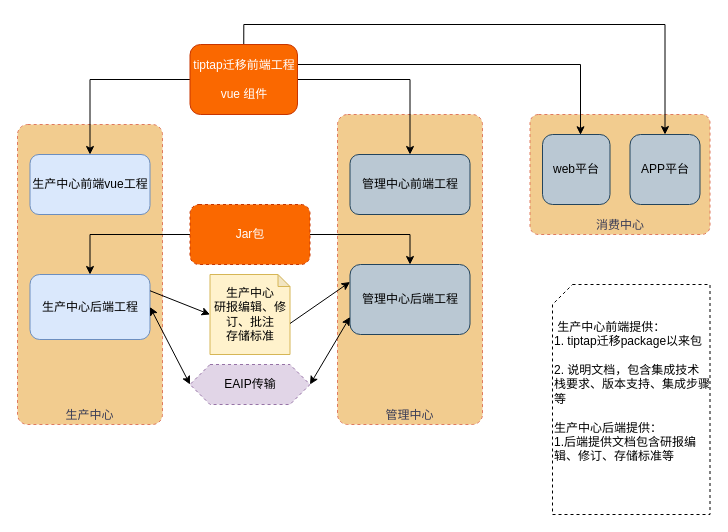
Before: tiptapRendering-ALL.drawio in lance631/notes, a draw.io diagram. Source tidied: cells renumbered, new cells numbered last; positions are measured from the earlier drawing's top-left corner, leaving out a move shared by most shapes. Both pictures are drawn from the tidied source at 100%, with x=0, y=0 at pixel (17, 44).
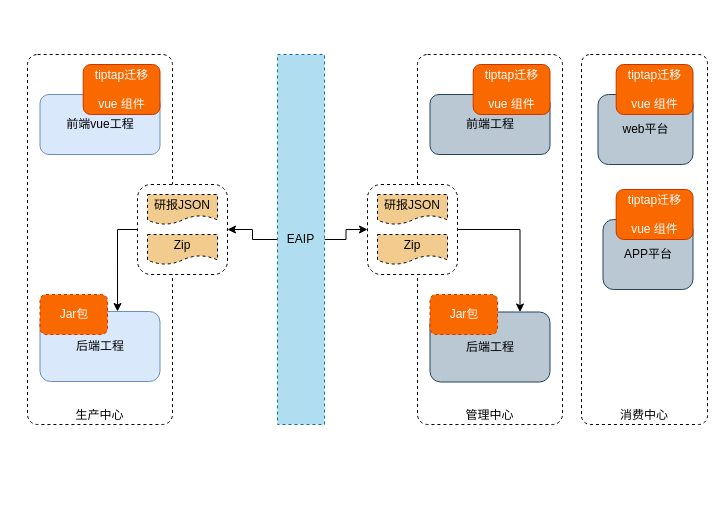
After the change.

The edit, as a diff of the source:
```diff
@@
+    <mxCell id="3" value="管理中心" style="rounded=1;whiteSpace=wrap;html=1;fontSize=12;glass=0;strokeWidth=1;shadow=0;labelBackgroundColor=none;fillColor=none;verticalAlign=bottom;arcSize=7;dashed=1;" parent="1" vertex="1">
+      <mxGeometry x="400" y="10" width="145" height="370" as="geometry" />
+    </mxCell>
+    <mxCell id="26" style="edgeStyle=orthogonalEdgeStyle;rounded=0;jettySize=auto;html=1;exitX=1;exitY=0.5;exitDx=0;exitDy=0;entryX=0.75;entryY=0;entryDx=0;entryDy=0;fontColor=#000000;" parent="1" edge="1" source="27" target="13">
+      <mxGeometry relative="1" as="geometry" />
+    </mxCell>
+    <mxCell id="27" style="rounded=1;whiteSpace=wrap;html=1;dashed=1;sketch=0;" parent="1" vertex="1">
+      <mxGeometry x="350" y="140" width="90" height="90" as="geometry" />
+    </mxCell>
+    <mxCell id="4" value="生产中心" style="rounded=1;whiteSpace=wrap;html=1;fontSize=12;glass=0;strokeWidth=1;shadow=0;labelBackgroundColor=none;fillColor=none;verticalAlign=bottom;arcSize=7;dashed=1;" parent="1" vertex="1">
+      <mxGeometry x="10" y="10" width="145" height="370" as="geometry" />
+    </mxCell>
+    <mxCell id="28" style="edgeStyle=orthogonalEdgeStyle;rounded=0;jettySize=auto;html=1;exitX=0;exitY=0.5;exitDx=0;exitDy=0;entryX=0.646;entryY=0;entryDx=0;entryDy=0;entryPerimeter=0;fontColor=#000000;" parent="1" edge="1" source="29" target="5">
+      <mxGeometry relative="1" as="geometry" />
+    </mxCell>
+    <mxCell id="29" style="rounded=1;whiteSpace=wrap;html=1;dashed=1;sketch=0;" parent="1" vertex="1">
+      <mxGeometry x="120" y="140" width="90" height="90" as="geometry" />
+    </mxCell>
-    <mxCell id="2" value="消费中心" style="rounded=1;whiteSpace=wrap;html=1;fontSize=12;glass=0;strokeWidth=1;shadow=0;labelBackgroundColor=none;fillColor=#F2CC8F;strokeColor=#E07A5F;fontColor=#393C56;verticalAlign=bottom;gradientColor=none;arcSize=7;dashed=1;" parent="1" vertex="1">
-      <mxGeometry x="512.5" y="70" width="180" height="120" as="geometry" />
+    <mxCell id="2" value="消费中心" style="rounded=1;whiteSpace=wrap;html=1;fontSize=12;glass=0;strokeWidth=1;shadow=0;labelBackgroundColor=none;fillColor=none;verticalAlign=bottom;arcSize=7;dashed=1;" parent="1" vertex="1">
+      <mxGeometry x="564" y="10" width="126" height="370" as="geometry" />
     </mxCell>
-    <mxCell id="3" value="管理中心" style="rounded=1;whiteSpace=wrap;html=1;fontSize=12;glass=0;strokeWidth=1;shadow=0;labelBackgroundColor=none;fillColor=#F2CC8F;strokeColor=#E07A5F;fontColor=#393C56;verticalAlign=bottom;gradientColor=none;arcSize=7;dashed=1;" parent="1" vertex="1">
-      <mxGeometry x="320" y="70" width="145" height="310" as="geometry" />
-    </mxCell>
-    <mxCell id="4" value="生产中心" style="rounded=1;whiteSpace=wrap;html=1;fontSize=12;glass=0;strokeWidth=1;shadow=0;labelBackgroundColor=none;fillColor=#F2CC8F;strokeColor=#E07A5F;fontColor=#393C56;verticalAlign=bottom;gradientColor=none;arcSize=7;dashed=1;" parent="1" vertex="1">
-      <mxGeometry y="80" width="145" height="300" as="geometry" />
-    </mxCell>
-    <mxCell id="5" value="生产中心后端工程" style="rounded=1;whiteSpace=wrap;html=1;fillColor=#dae8fc;strokeColor=#6c8ebf;verticalAlign=middle;" parent="1" vertex="1">
-      <mxGeometry x="12.5" y="230" width="120" height="65" as="geometry" />
+    <mxCell id="5" value="后端工程" style="rounded=1;whiteSpace=wrap;html=1;fillColor=#dae8fc;strokeColor=#6c8ebf;verticalAlign=middle;" parent="1" vertex="1">
+      <mxGeometry x="22.5" y="267" width="120" height="70" as="geometry" />
     </mxCell>
-    <mxCell id="6" value="生产中心前端vue工程" style="rounded=1;whiteSpace=wrap;html=1;fillColor=#dae8fc;strokeColor=#6c8ebf;" parent="1" vertex="1">
-      <mxGeometry x="12.5" y="110" width="120" height="60" as="geometry" />
+    <mxCell id="6" value="前端vue工程" style="rounded=1;whiteSpace=wrap;html=1;fillColor=#dae8fc;strokeColor=#6c8ebf;" parent="1" vertex="1">
+      <mxGeometry x="22.5" y="50" width="120" height="60" as="geometry" />
     </mxCell>
-    <mxCell id="7" style="edgeStyle=orthogonalEdgeStyle;rounded=0;jettySize=auto;html=1;exitX=0;exitY=0.5;exitDx=0;exitDy=0;entryX=0.5;entryY=0;entryDx=0;entryDy=0;" parent="1" edge="1" source="11" target="6">
-      <mxGeometry relative="1" as="geometry" />
-    </mxCell>
-    <mxCell id="8" style="edgeStyle=orthogonalEdgeStyle;rounded=0;jettySize=auto;html=1;exitX=1;exitY=0.5;exitDx=0;exitDy=0;" parent="1" edge="1" source="11" target="12">
-      <mxGeometry relative="1" as="geometry" />
-    </mxCell>
-    <mxCell id="9" style="edgeStyle=orthogonalEdgeStyle;rounded=0;jettySize=auto;html=1;exitX=0.75;exitY=0;exitDx=0;exitDy=0;entryX=0.563;entryY=0.004;entryDx=0;entryDy=0;entryPerimeter=0;" parent="1" edge="1" source="11" target="14">
-      <mxGeometry relative="1" as="geometry">
-        <Array as="points">
-          <mxPoint x="262.5" y="20" />
-          <mxPoint x="563.5" y="20" />
-        </Array>
-      </mxGeometry>
-    </mxCell>
-    <mxCell id="10" style="edgeStyle=orthogonalEdgeStyle;rounded=0;jettySize=auto;html=1;exitX=0.5;exitY=0;exitDx=0;exitDy=0;entryX=0.5;entryY=0;entryDx=0;entryDy=0;" parent="1" edge="1" source="11" target="15">
-      <mxGeometry relative="1" as="geometry" />
-    </mxCell>
-    <mxCell id="11" value="tiptap迁移前端工程&lt;br&gt;&lt;br&gt;vue 组件" style="rounded=1;whiteSpace=wrap;html=1;fillColor=#fa6800;strokeColor=#C73500;verticalAlign=middle;fontColor=#ffffff;" parent="1" vertex="1">
-      <mxGeometry x="172.5" width="107.5" height="70" as="geometry" />
+    <mxCell id="11" value="tiptap迁移&lt;br&gt;&lt;br&gt;vue 组件" style="rounded=1;whiteSpace=wrap;html=1;fillColor=#fa6800;strokeColor=#C73500;verticalAlign=middle;fontColor=#ffffff;" parent="1" vertex="1">
+      <mxGeometry x="65.7" y="20" width="76.8" height="50" as="geometry" />
     </mxCell>
-    <mxCell id="12" value="管理中心前端工程" style="rounded=1;whiteSpace=wrap;html=1;fillColor=#bac8d3;strokeColor=#23445d;" parent="1" vertex="1">
-      <mxGeometry x="332.5" y="110" width="120" height="60" as="geometry" />
+    <mxCell id="12" value="前端工程" style="rounded=1;whiteSpace=wrap;html=1;fillColor=#bac8d3;strokeColor=#23445d;" parent="1" vertex="1">
+      <mxGeometry x="412.5" y="50" width="120" height="60" as="geometry" />
     </mxCell>
-    <mxCell id="13" value="管理中心后端工程" style="rounded=1;whiteSpace=wrap;html=1;fillColor=#bac8d3;strokeColor=#23445d;" parent="1" vertex="1">
-      <mxGeometry x="332.5" y="220" width="120" height="70" as="geometry" />
+    <mxCell id="13" value="后端工程" style="rounded=1;whiteSpace=wrap;html=1;fillColor=#bac8d3;strokeColor=#23445d;" parent="1" vertex="1">
+      <mxGeometry x="412.5" y="267.5" width="120" height="70" as="geometry" />
     </mxCell>
     <mxCell id="14" value="web平台" style="rounded=1;whiteSpace=wrap;html=1;fillColor=#bac8d3;strokeColor=#23445d;" parent="1" vertex="1">
-      <mxGeometry x="525" y="90" width="67.5" height="70" as="geometry" />
+      <mxGeometry x="580.5" y="50" width="95" height="70" as="geometry" />
     </mxCell>
     <mxCell id="15" value="APP平台" style="rounded=1;whiteSpace=wrap;html=1;fillColor=#bac8d3;strokeColor=#23445d;" parent="1" vertex="1">
-      <mxGeometry x="612.5" y="90" width="70" height="70" as="geometry" />
+      <mxGeometry x="585.5" y="175" width="90" height="70" as="geometry" />
     </mxCell>
-    <mxCell id="16" value="&lt;br&gt;&lt;br&gt;&amp;nbsp;生产中心前端提供：&lt;br&gt;1. tiptap迁移package以来包&lt;br&gt;&lt;br&gt;2. 说明文档，包含集成技术栈要求、版本支持、集成步骤等&lt;br&gt;&lt;br&gt;生产中心后端提供：&lt;br&gt;1.后端提供文档包含研报编辑、修订、存储标准等" style="shape=card;whiteSpace=wrap;html=1;dashed=1;size=20;verticalAlign=top;align=left;" parent="1" vertex="1">
-      <mxGeometry x="535" y="240" width="157.5" height="230" as="geometry" />
-    </mxCell>
-    <mxCell id="17" value="生产中心&lt;br&gt;研报编辑、修订、批注&lt;br&gt;存储标准" style="shape=note;whiteSpace=wrap;html=1;backgroundOutline=1;darkOpacity=0.05;size=12;fillColor=#fff2cc;strokeColor=#d6b656;" parent="1" vertex="1">
-      <mxGeometry x="192.5" y="230" width="80" height="80" as="geometry" />
-    </mxCell>
-    <mxCell id="18" style="endArrow=classic;startArrow=classic;html=1;rounded=0;exitX=1;exitY=0.5;exitDx=0;exitDy=0;entryX=0;entryY=0.75;entryDx=0;entryDy=0;" parent="1" edge="1" source="22" target="13">
-      <mxGeometry relative="1" as="geometry" />
-    </mxCell>
-    <mxCell id="19" style="endArrow=classic;startArrow=classic;html=1;rounded=0;exitX=0;exitY=0.5;exitDx=0;exitDy=0;entryX=1;entryY=0.5;entryDx=0;entryDy=0;" parent="1" edge="1" source="22" target="5">
-      <mxGeometry relative="1" as="geometry" />
-    </mxCell>
-    <mxCell id="20" style="endArrow=classic;html=1;rounded=0;exitX=0;exitY=0;exitDx=80;exitDy=49;exitPerimeter=0;entryX=0;entryY=0.25;entryDx=0;entryDy=0;" parent="1" edge="1" source="17" target="13">
-      <mxGeometry relative="1" as="geometry" />
-    </mxCell>
-    <mxCell id="21" style="endArrow=classic;html=1;rounded=0;exitX=1;exitY=0.25;exitDx=0;exitDy=0;entryX=0;entryY=0.5;entryDx=0;entryDy=0;entryPerimeter=0;" parent="1" edge="1" source="5" target="17">
-      <mxGeometry relative="1" as="geometry" />
-    </mxCell>
-    <mxCell id="22" value="EAIP传输" style="shape=hexagon;perimeter=hexagonPerimeter2;whiteSpace=wrap;html=1;fixedSize=1;dashed=1;sketch=0;fillColor=#e1d5e7;strokeColor=#9673a6;" parent="1" vertex="1">
-      <mxGeometry x="172.5" y="320" width="120" height="40" as="geometry" />
-    </mxCell>
-    <mxCell id="23" style="edgeStyle=orthogonalEdgeStyle;rounded=0;jettySize=auto;html=1;exitX=0;exitY=0.5;exitDx=0;exitDy=0;entryX=0.5;entryY=0;entryDx=0;entryDy=0;fontColor=#ffffff;" parent="1" edge="1" source="25" target="5">
-      <mxGeometry relative="1" as="geometry" />
-    </mxCell>
-    <mxCell id="24" style="edgeStyle=orthogonalEdgeStyle;rounded=0;jettySize=auto;html=1;exitX=1;exitY=0.5;exitDx=0;exitDy=0;entryX=0.5;entryY=0;entryDx=0;entryDy=0;fontColor=#ffffff;" parent="1" edge="1" source="25" target="13">
-      <mxGeometry relative="1" as="geometry" />
-    </mxCell>
     <mxCell id="25" value="Jar包" style="rounded=1;whiteSpace=wrap;html=1;dashed=1;sketch=0;fillColor=#fa6800;fontColor=#ffffff;strokeColor=#C73500;" parent="1" vertex="1">
-      <mxGeometry x="172.5" y="160" width="120" height="60" as="geometry" />
+      <mxGeometry x="22.5" y="250" width="67.5" height="40" as="geometry" />
     </mxCell>
+    <mxCell id="30" value="tiptap迁移&lt;br&gt;&lt;br&gt;vue 组件" style="rounded=1;whiteSpace=wrap;html=1;fillColor=#fa6800;strokeColor=#C73500;verticalAlign=middle;fontColor=#ffffff;" parent="1" vertex="1">
+      <mxGeometry x="455.7" y="20" width="76.8" height="50" as="geometry" />
+    </mxCell>
+    <mxCell id="31" value="tiptap迁移&lt;br&gt;&lt;br&gt;vue 组件" style="rounded=1;whiteSpace=wrap;html=1;fillColor=#fa6800;strokeColor=#C73500;verticalAlign=middle;fontColor=#ffffff;" parent="1" vertex="1">
+      <mxGeometry x="598.7" y="20" width="76.8" height="50" as="geometry" />
+    </mxCell>
+    <mxCell id="32" value="tiptap迁移&lt;br&gt;&lt;br&gt;vue 组件" style="rounded=1;whiteSpace=wrap;html=1;fillColor=#fa6800;strokeColor=#C73500;verticalAlign=middle;fontColor=#ffffff;" parent="1" vertex="1">
+      <mxGeometry x="598.7" y="145" width="76.8" height="50" as="geometry" />
+    </mxCell>
+    <mxCell id="33" value="Jar包" style="rounded=1;whiteSpace=wrap;html=1;dashed=1;sketch=0;fillColor=#fa6800;fontColor=#ffffff;strokeColor=#C73500;" parent="1" vertex="1">
+      <mxGeometry x="412.5" y="250" width="67.5" height="40" as="geometry" />
+    </mxCell>
+    <mxCell id="34" style="edgeStyle=orthogonalEdgeStyle;rounded=0;jettySize=auto;html=1;exitX=0;exitY=0.5;exitDx=0;exitDy=0;entryX=1;entryY=0.5;entryDx=0;entryDy=0;fontColor=#000000;" parent="1" edge="1" source="36" target="29">
+      <mxGeometry relative="1" as="geometry" />
+    </mxCell>
+    <mxCell id="35" style="edgeStyle=orthogonalEdgeStyle;rounded=0;jettySize=auto;html=1;exitX=1;exitY=0.5;exitDx=0;exitDy=0;fontColor=#000000;" parent="1" edge="1" source="36" target="27">
+      <mxGeometry relative="1" as="geometry" />
+    </mxCell>
+    <mxCell id="36" value="EAIP" style="rounded=0;whiteSpace=wrap;html=1;dashed=1;sketch=0;fillColor=#b1ddf0;strokeColor=#10739e;" parent="1" vertex="1">
+      <mxGeometry x="260" y="10" width="47" height="370" as="geometry" />
+    </mxCell>
+    <mxCell id="37" value="研报JSON" style="shape=document;whiteSpace=wrap;html=1;boundedLbl=1;dashed=1;sketch=0;fontColor=#000000;fillColor=#F2CC8F;gradientColor=none;" parent="1" vertex="1">
+      <mxGeometry x="130" y="150" width="70" height="30" as="geometry" />
+    </mxCell>
+    <mxCell id="38" value="Zip" style="shape=document;whiteSpace=wrap;html=1;boundedLbl=1;dashed=1;sketch=0;fontColor=#000000;fillColor=#F2CC8F;gradientColor=none;" parent="1" vertex="1">
+      <mxGeometry x="130" y="190" width="70" height="30" as="geometry" />
+    </mxCell>
+    <mxCell id="39" value="研报JSON" style="shape=document;whiteSpace=wrap;html=1;boundedLbl=1;dashed=1;sketch=0;fontColor=#000000;fillColor=#F2CC8F;gradientColor=none;" parent="1" vertex="1">
+      <mxGeometry x="360" y="150" width="70" height="30" as="geometry" />
+    </mxCell>
+    <mxCell id="40" value="Zip" style="shape=document;whiteSpace=wrap;html=1;boundedLbl=1;dashed=1;sketch=0;fontColor=#000000;fillColor=#F2CC8F;gradientColor=none;" parent="1" vertex="1">
+      <mxGeometry x="360" y="190" width="70" height="30" as="geometry" />
+    </mxCell>
```
